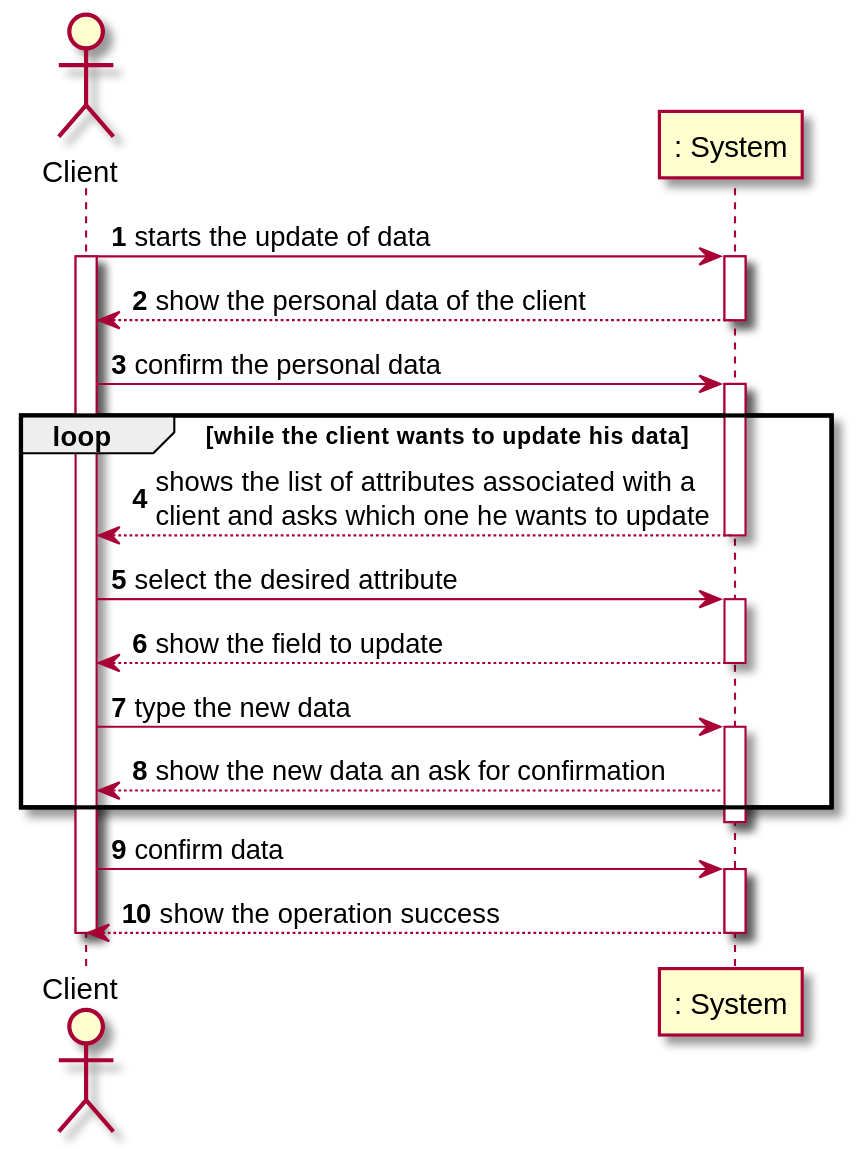
Above: docs/SprintD/US02/US02_SSD.svg in manu-07-ela/LAPR2_ISEP (PlantUML), before the change.
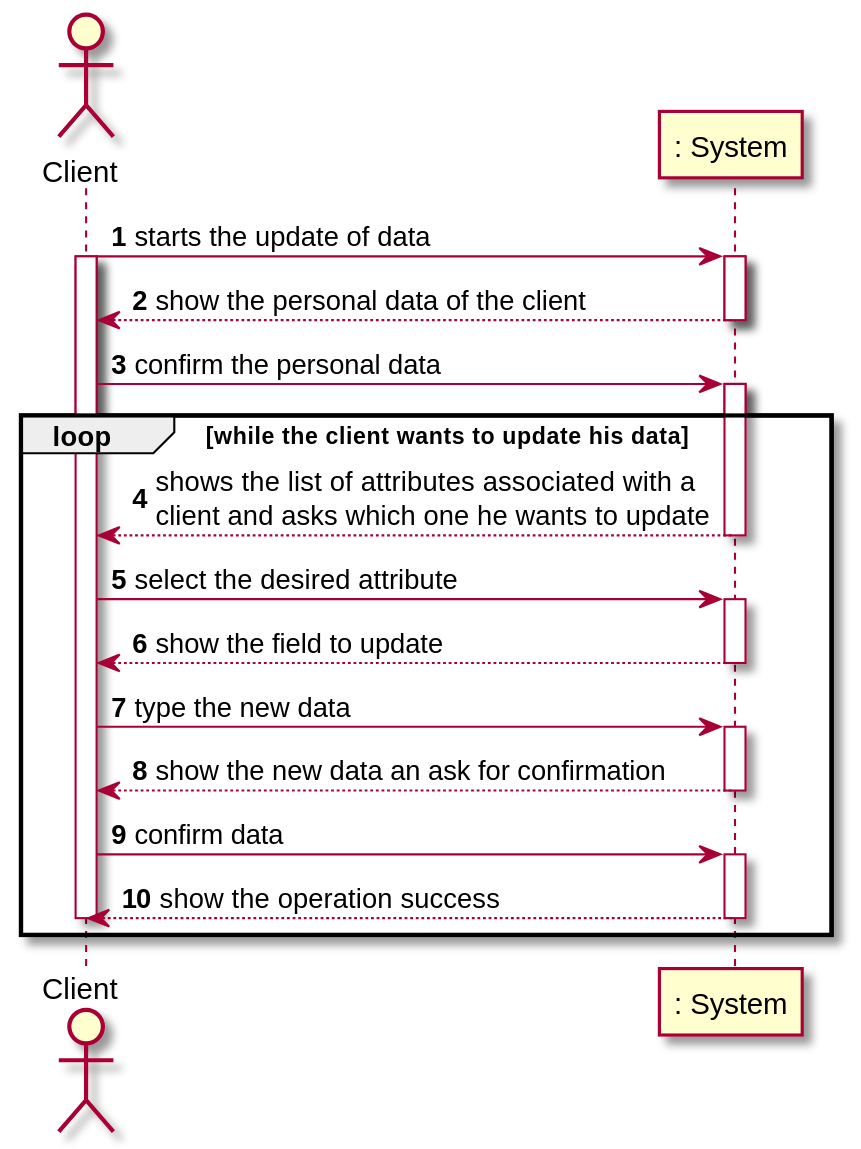
The same file after the commit.

Diff of the diagram source:
```diff
@@ -21,14 +21,13 @@
 CLIENT->SYSTEM : type the new data
 activate SYSTEM
 SYSTEM-->CLIENT : show the new data an ask for confirmation
-end loop
 deactivate SYSTEM
 CLIENT->SYSTEM: confirm data
 activate SYSTEM
 SYSTEM-->CLIENT : show the operation success
 deactivate SYSTEM
+deactivate CLIENT
+end loop
 
 
-deactivate CLIENT
-
 @enduml
```
